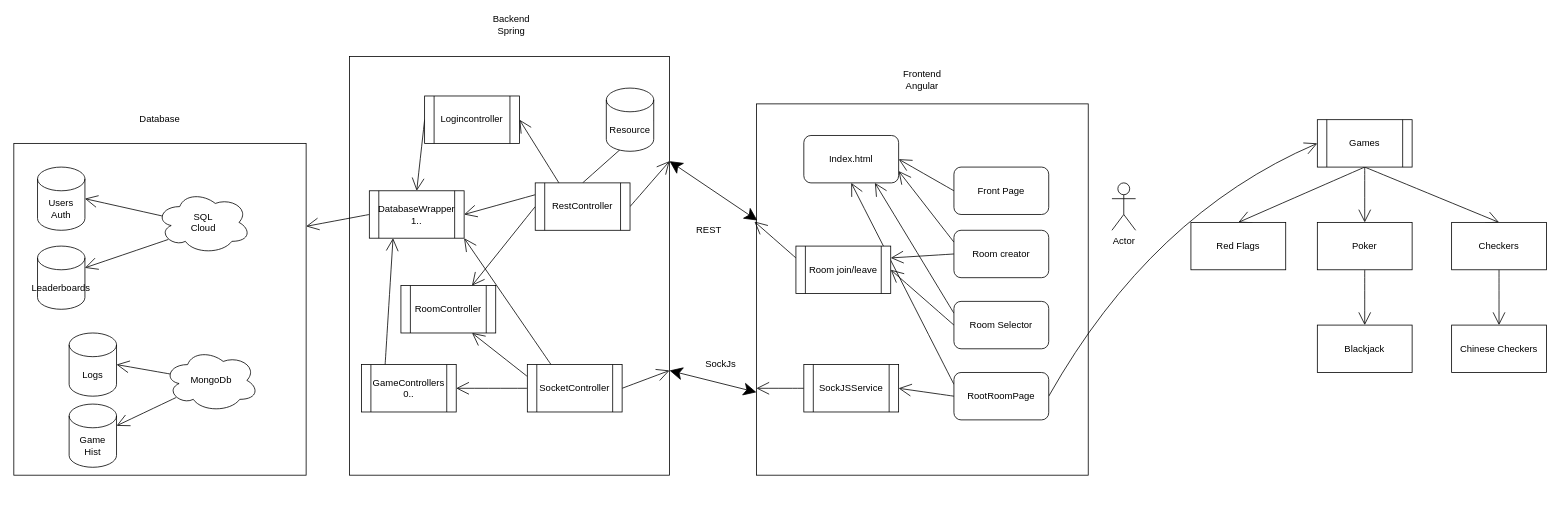
Before: docs/Q1_Architecture.drawio in KyleDulce/GameSite2, a draw.io diagram. Source tidied: cells renumbered, new cells numbered last; positions are measured from the earlier drawing's top-left corner, leaving out a move shared by most shapes. Both pictures are drawn from the tidied source at 79%, with x=0, y=0 at pixel (13, 17).
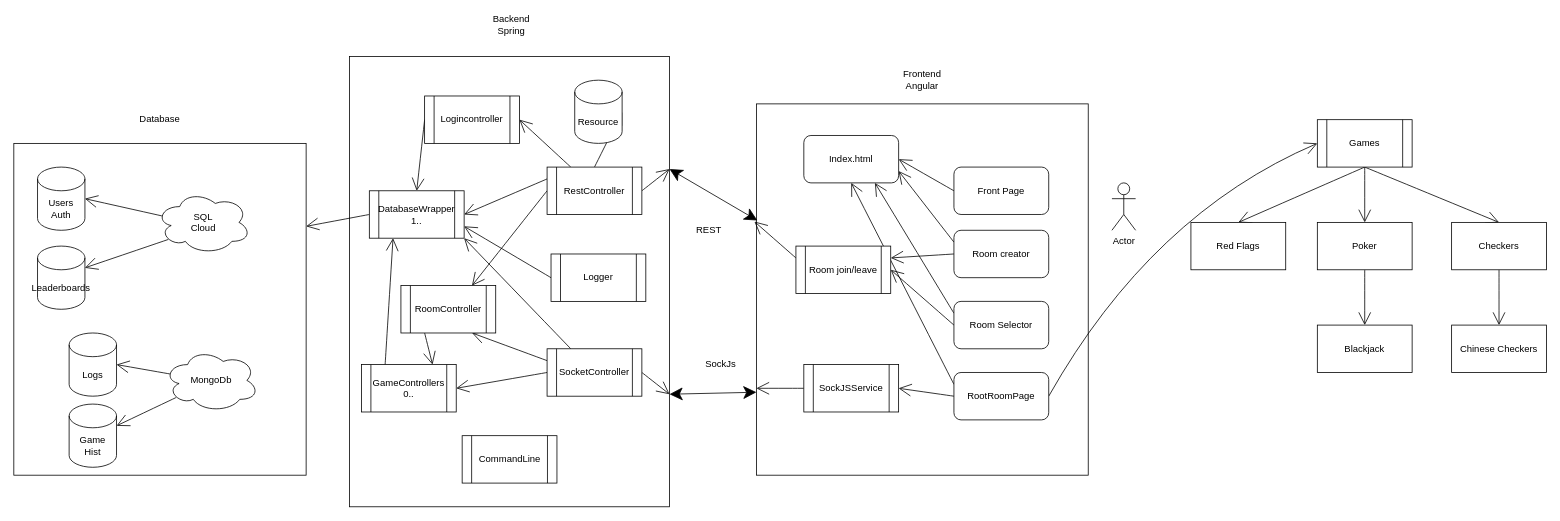
After the change.

Unchanged cells that the change refers to:
```xml
<mxCell id="45" value="RoomController" style="shape=process;whiteSpace=wrap;html=1;backgroundOutline=1;hachureGap=4;" parent="1" vertex="1">
  <mxGeometry x="490" y="340" width="120" height="60" as="geometry" />
</mxCell>
<mxCell id="53" value="GameControllers&lt;br&gt;0.." style="shape=process;whiteSpace=wrap;html=1;backgroundOutline=1;hachureGap=4;" parent="1" vertex="1">
  <mxGeometry x="440" y="440" width="120" height="60" as="geometry" />
</mxCell>
<mxCell id="56" value="DatabaseWrapper&lt;br&gt;1.." style="shape=process;whiteSpace=wrap;html=1;backgroundOutline=1;hachureGap=4;" parent="1" vertex="1">
  <mxGeometry x="450" y="220" width="120" height="60" as="geometry" />
</mxCell>
```

The edit, as a diff of the source:
```diff
@@
     <mxCell id="2" style="rounded=0;whiteSpace=wrap;html=1;hachureGap=4;" parent="1" vertex="1">
-      <mxGeometry x="425" y="50" width="405" height="530" as="geometry" />
+      <mxGeometry x="425" y="50" width="405" height="570" as="geometry" />
     </mxCell>
@@
     <mxCell id="29" value="SocketController" style="shape=process;whiteSpace=wrap;html=1;backgroundOutline=1;hachureGap=4;" parent="1" vertex="1">
-      <mxGeometry x="650" y="440" width="120" height="60" as="geometry" />
+      <mxGeometry x="675" y="420" width="120" height="60" as="geometry" />
     </mxCell>
@@
+    <mxCell id="70" style="edgeStyle=none;curved=1;rounded=0;jettySize=auto;html=1;exitX=0.25;exitY=1;exitDx=0;exitDy=0;entryX=0.75;entryY=0;entryDx=0;entryDy=0;endArrow=open;startSize=14;endSize=14;sourcePerimeterSpacing=8;targetPerimeterSpacing=8;" parent="1" edge="1" source="45" target="53">
+      <mxGeometry relative="1" as="geometry" />
+    </mxCell>
@@
     <mxCell id="51" value="RestController" style="shape=process;whiteSpace=wrap;html=1;backgroundOutline=1;hachureGap=4;" parent="1" vertex="1">
-      <mxGeometry x="660" y="210" width="120" height="60" as="geometry" />
+      <mxGeometry x="675" y="190" width="120" height="60" as="geometry" />
     </mxCell>
@@
     <mxCell id="54" value="Resource" style="shape=cylinder3;whiteSpace=wrap;html=1;boundedLbl=1;backgroundOutline=1;size=15;hachureGap=4;" parent="1" vertex="1">
-      <mxGeometry x="750" y="90" width="60" height="80" as="geometry" />
+      <mxGeometry x="710" y="80" width="60" height="80" as="geometry" />
     </mxCell>
@@
+    <mxCell id="71" style="edgeStyle=none;curved=1;rounded=0;jettySize=auto;html=1;exitX=0;exitY=0.5;exitDx=0;exitDy=0;entryX=1;entryY=0.75;entryDx=0;entryDy=0;endArrow=open;startSize=14;endSize=14;sourcePerimeterSpacing=8;targetPerimeterSpacing=8;" parent="1" edge="1" source="72" target="56">
+      <mxGeometry relative="1" as="geometry" />
+    </mxCell>
+    <mxCell id="72" value="Logger" style="shape=process;whiteSpace=wrap;html=1;backgroundOutline=1;hachureGap=4;" parent="1" vertex="1">
+      <mxGeometry x="680" y="300" width="120" height="60" as="geometry" />
+    </mxCell>
+    <mxCell id="73" value="CommandLine" style="shape=process;whiteSpace=wrap;html=1;backgroundOutline=1;hachureGap=4;" parent="1" vertex="1">
+      <mxGeometry x="567.5" y="530" width="120" height="60" as="geometry" />
+    </mxCell>
```
